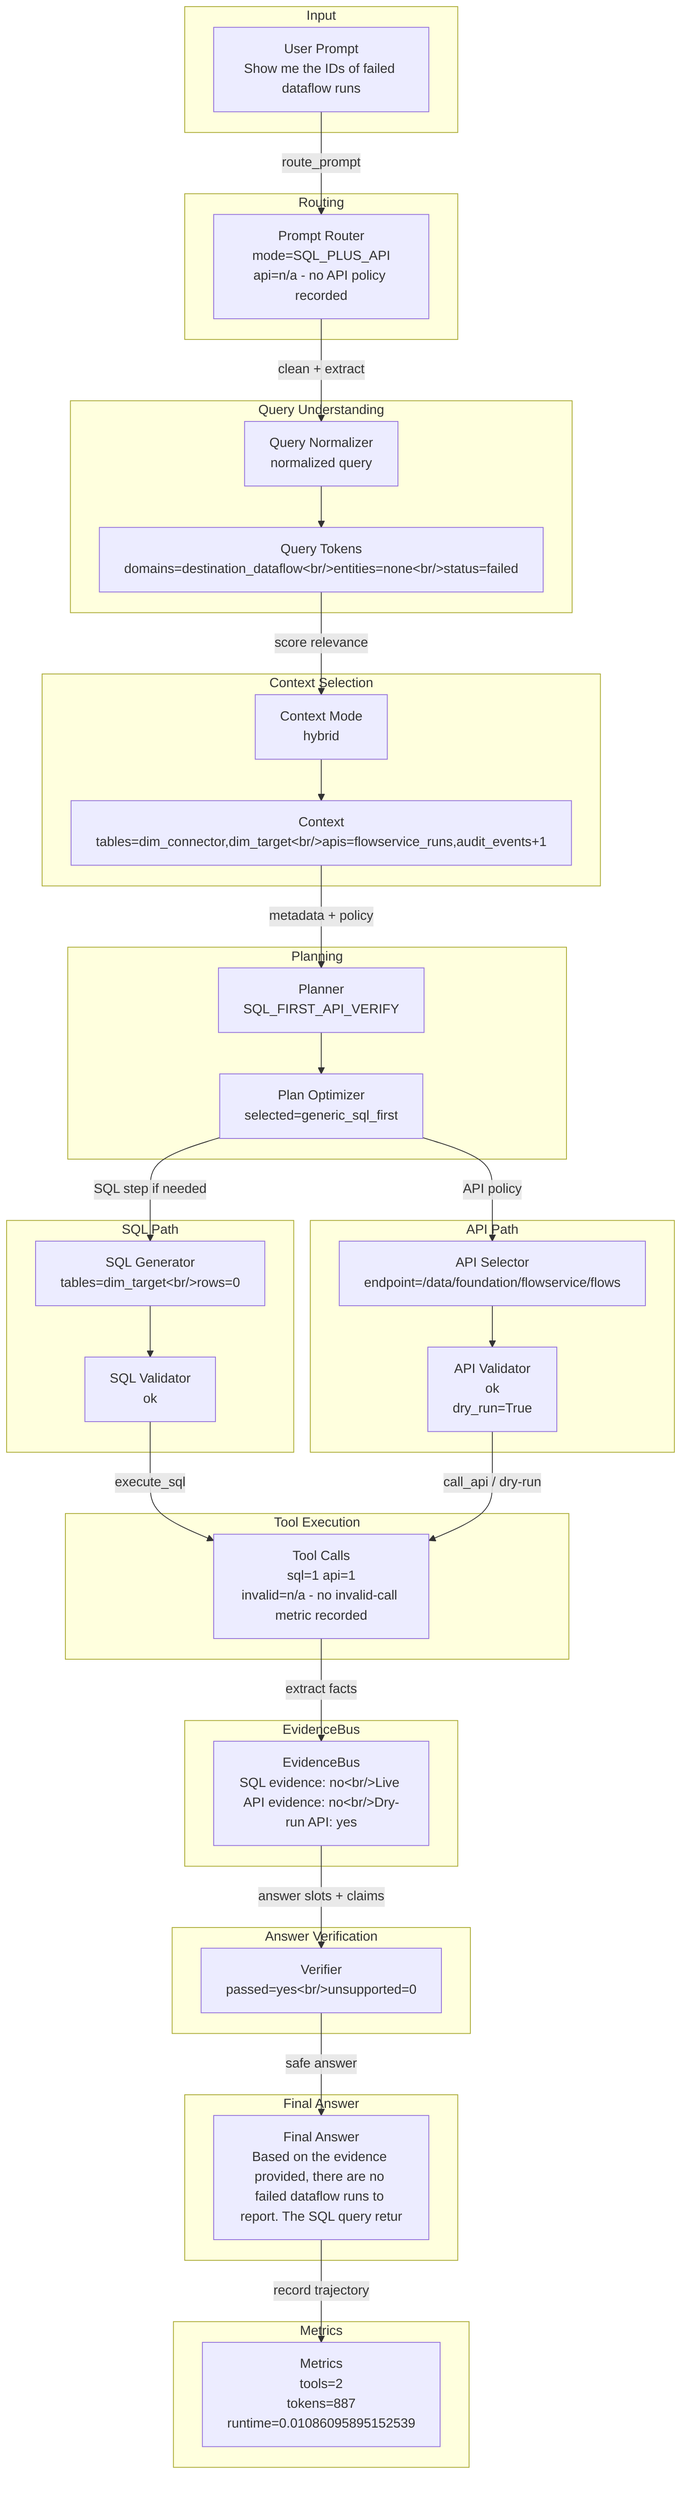
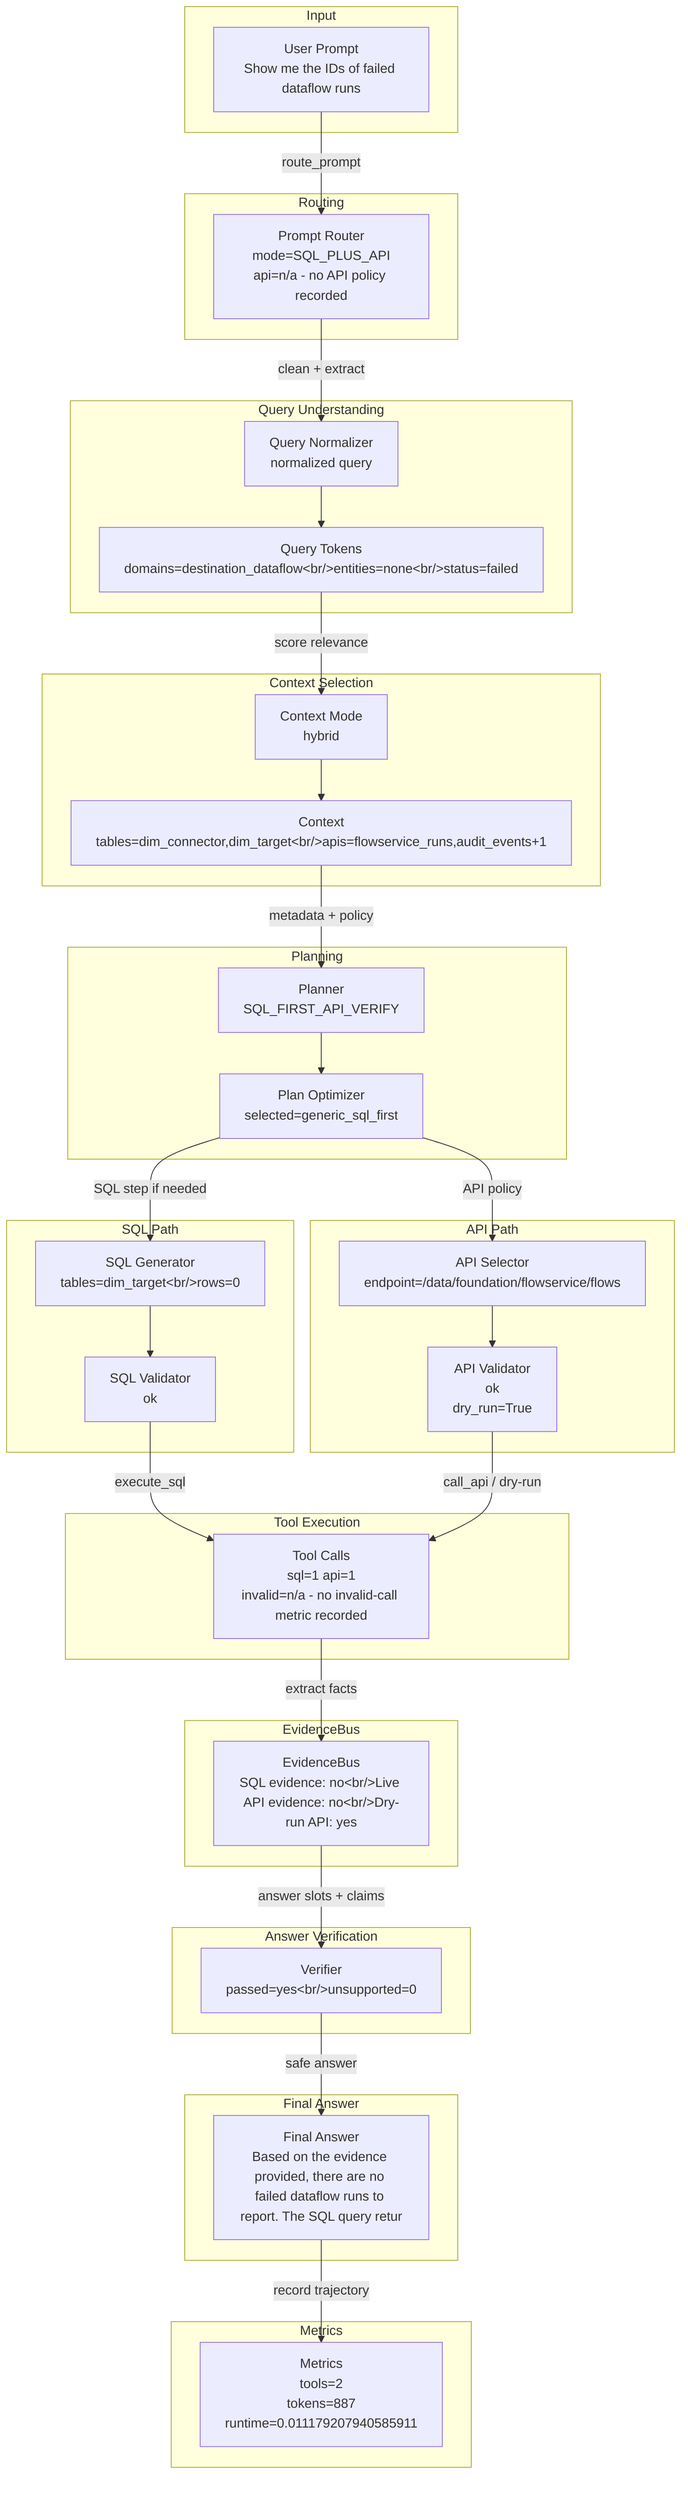
flowchart TD
  subgraph Input
    input_prompt["User Prompt<br/>Show me the IDs of failed dataflow runs"]
  end
  subgraph Routing
    router["Prompt Router<br/>mode=SQL_PLUS_API<br/>api=n/a - no API policy recorded"]
    input_prompt -->|route_prompt| router
  end
  subgraph QueryUnderstanding["Query Understanding"]
    normalizer["Query Normalizer<br/>normalized query"]
    tokens["Query Tokens<br/>domains=destination_dataflow&lt;br/&gt;entities=none&lt;br/&gt;status=failed"]
    router -->|clean + extract| normalizer --> tokens
  end
  subgraph ContextSelection["Context Selection"]
    context["Context Mode<br/>hybrid"]
    candidates["Context<br/>tables=dim_connector,dim_target&lt;br/&gt;apis=flowservice_runs,audit_events+1"]
    tokens -->|score relevance| context --> candidates
  end
  subgraph Planning
    planner["Planner<br/>SQL_FIRST_API_VERIFY"]
    optimizer["Plan Optimizer<br/>selected=generic_sql_first"]
    candidates -->|metadata + policy| planner --> optimizer
  end
  subgraph SQLPath["SQL Path"]
    sqlgen["SQL Generator<br/>tables=dim_target&lt;br/&gt;rows=0"]
    sqlval["SQL Validator<br/>ok"]
    optimizer -->|SQL step if needed| sqlgen --> sqlval
  end
  subgraph APIPath["API Path"]
    apisel["API Selector<br/>endpoint=/data/foundation/flowservice/flows"]
    apival["API Validator<br/>ok<br/>dry_run=True"]
    optimizer -->|API policy| apisel --> apival
  end
  subgraph ToolExecution["Tool Execution"]
    tools["Tool Calls<br/>sql=1 api=1<br/>invalid=n/a - no invalid-call metric recorded"]
    sqlval -->|execute_sql| tools
    apival -->|call_api / dry-run| tools
  end
  subgraph EvidenceBus
    evidence["EvidenceBus<br/>SQL evidence: no&lt;br/&gt;Live API evidence: no&lt;br/&gt;Dry-run API: yes"]
    tools -->|extract facts| evidence
  end
  subgraph AnswerVerification["Answer Verification"]
    verifier["Verifier<br/>passed=yes&lt;br/&gt;unsupported=0"]
    evidence -->|answer slots + claims| verifier
  end
  subgraph FinalAnswer["Final Answer"]
    answer["Final Answer<br/>Based on the evidence provided, there are no failed dataflow runs to report. The SQL query retur"]
    verifier -->|safe answer| answer
  end
  subgraph Metrics
-     metrics["Metrics<br/>tools=2<br/>tokens=887<br/>runtime=0.01086095895152539"]
+     metrics["Metrics<br/>tools=2<br/>tokens=887<br/>runtime=0.011179207940585911"]
    answer -->|record trajectory| metrics
  end
